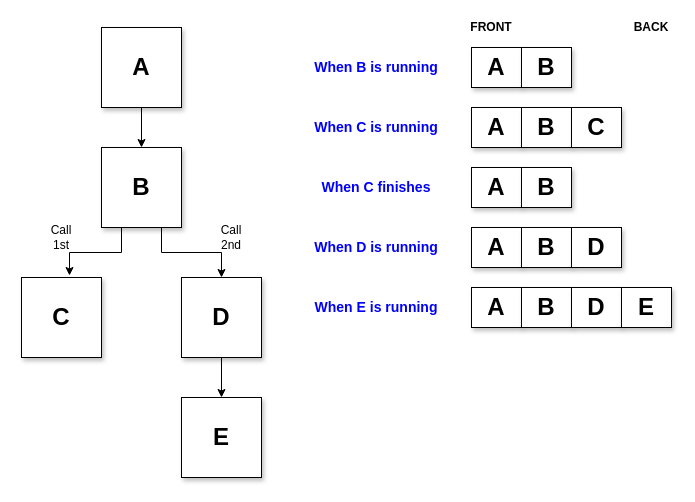
The draw.io diagram docs/lesson03/function_stack.drawio in byui-cse/cse212-course, before the edit. Source tidied: cells renumbered, new cells numbered last; positions are measured from the earlier drawing's top-left corner, leaving out a move shared by most shapes. Both pictures are drawn from the tidied source at 100%, with x=0, y=0 at pixel (21, 17).
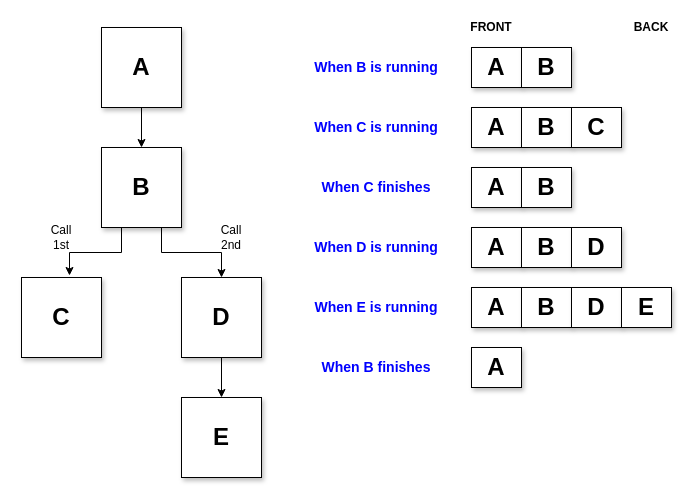
The same diagram, later.

Change to the diagram source:
```diff
@@
+    <mxCell id="34" value="&lt;font style=&quot;font-size: 24px&quot;&gt;&lt;b&gt;A&lt;/b&gt;&lt;/font&gt;" style="rounded=0;whiteSpace=wrap;html=1;shadow=1;fillColor=#FFFFFF;" parent="1" vertex="1">
+      <mxGeometry x="450" y="330" width="50" height="40" as="geometry" />
+    </mxCell>
+    <mxCell id="35" value="When B finishes" style="text;html=1;strokeColor=none;fillColor=none;align=center;verticalAlign=middle;whiteSpace=wrap;rounded=0;fontColor=#0000FF;fontStyle=1;fontSize=14;" parent="1" vertex="1">
+      <mxGeometry x="290" y="340" width="130" height="20" as="geometry" />
+    </mxCell>
```
